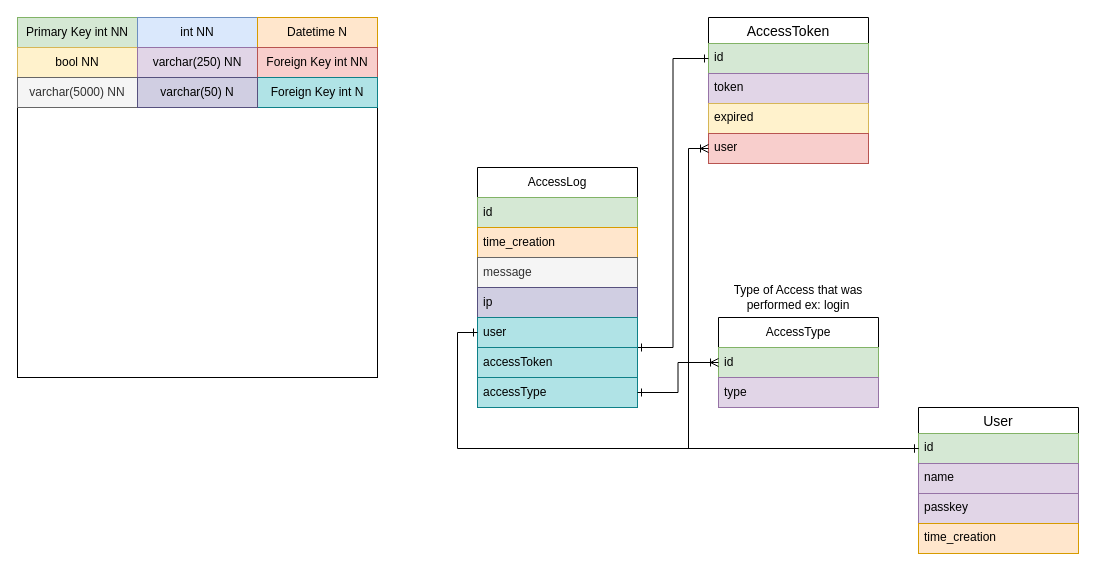
ZeilingerAlexander/FileServer_NodeJS keeps this draw.io diagram as Database/DatabaseDiagram.drawio. Above is the earlier version. Source tidied: cells renumbered, new cells numbered last; positions are measured from the earlier drawing's top-left corner, leaving out a move shared by most shapes. Both pictures are drawn from the tidied source at 100%, with x=0, y=0 at pixel (17, 17).
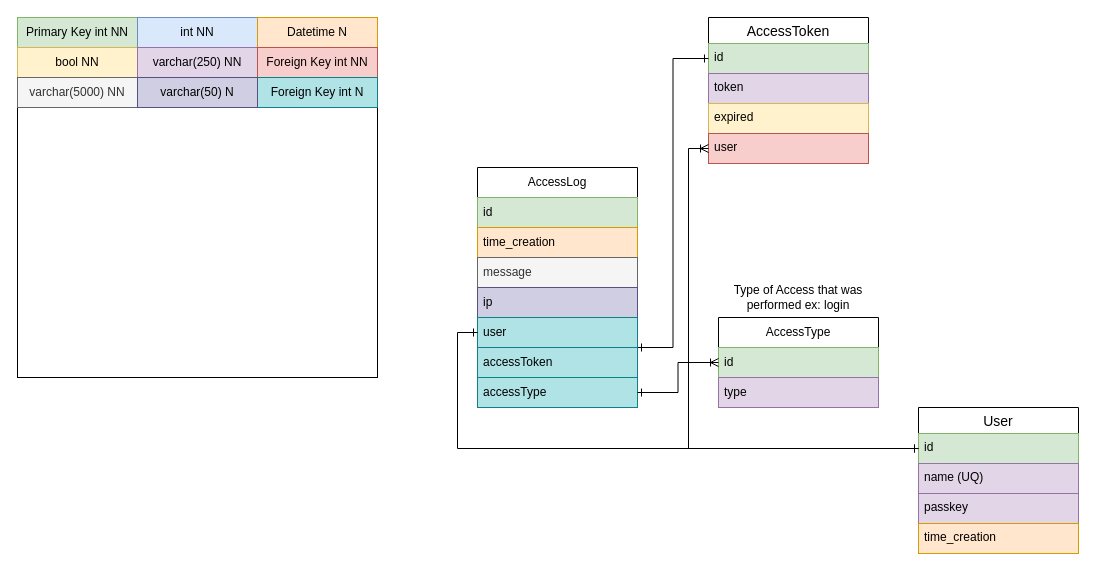
The same diagram, later.

Commit message:
make name unique

Unchanged cells that the change refers to:
```xml
<mxCell id="2" value="User" style="swimlane;fontStyle=0;horizontal=1;startSize=26;align=center;fontSize=14;" parent="1" vertex="1">
  <mxGeometry x="901" y="390" width="160" height="146" as="geometry" />
</mxCell>
```

The edit, as a diff of the source:
```diff
@@
-    <mxCell id="4" value="name" style="text;strokeColor=#9673a6;fillColor=#e1d5e7;spacingLeft=4;spacingRight=4;overflow=hidden;fontSize=12;whiteSpace=wrap;html=1;" parent="2" vertex="1">
+    <mxCell id="4" value="name (UQ)" style="text;strokeColor=#9673a6;fillColor=#e1d5e7;spacingLeft=4;spacingRight=4;overflow=hidden;fontSize=12;whiteSpace=wrap;html=1;" parent="2" vertex="1">
       <mxGeometry y="56" width="160" height="30" as="geometry" />
     </mxCell>
```
